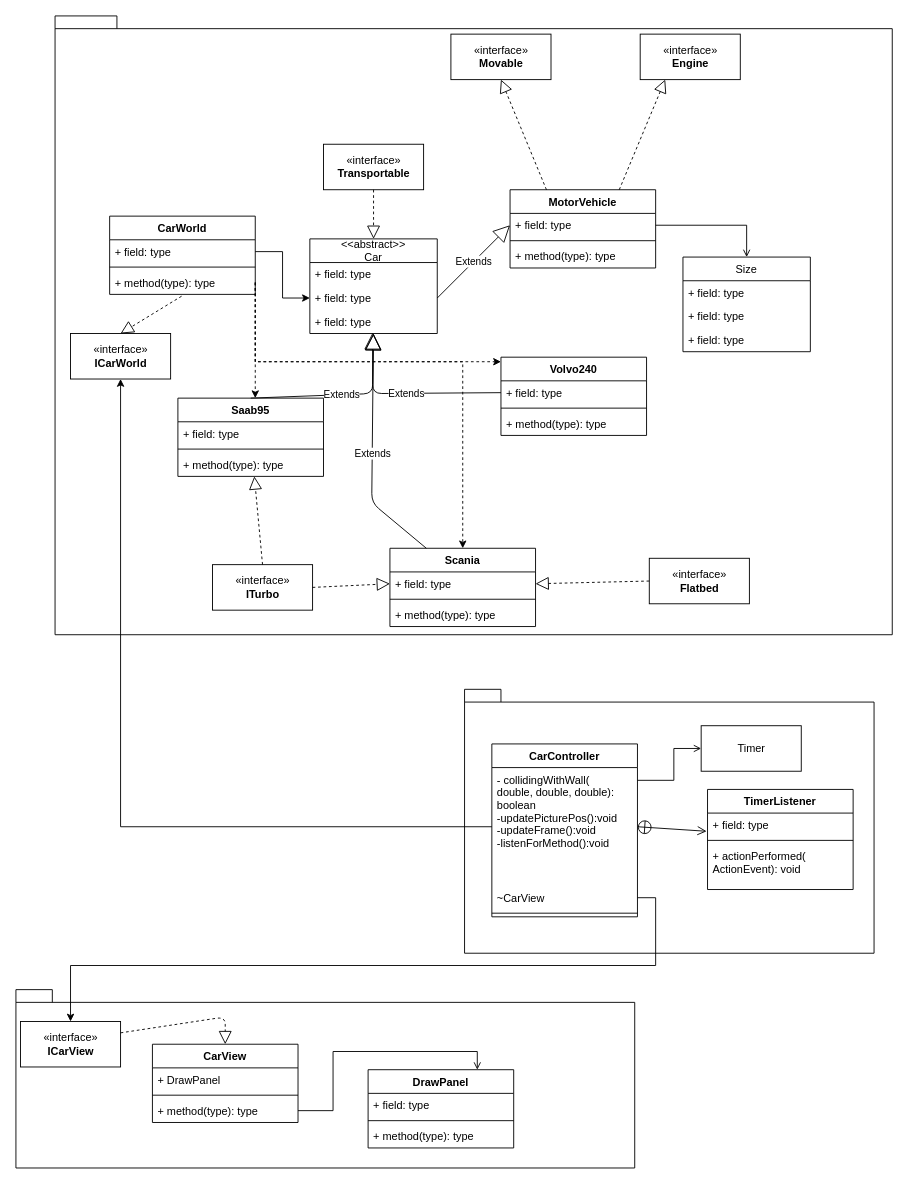
Before: Labb2Nicer.drawio in FHanberg/Labb-2-Del-B, a draw.io diagram. Source tidied: cells renumbered, new cells numbered last; positions are measured from the earlier drawing's top-left corner, leaving out a move shared by most shapes. Both pictures are drawn from the tidied source at 91%, with x=0, y=0 at pixel (15, 15).
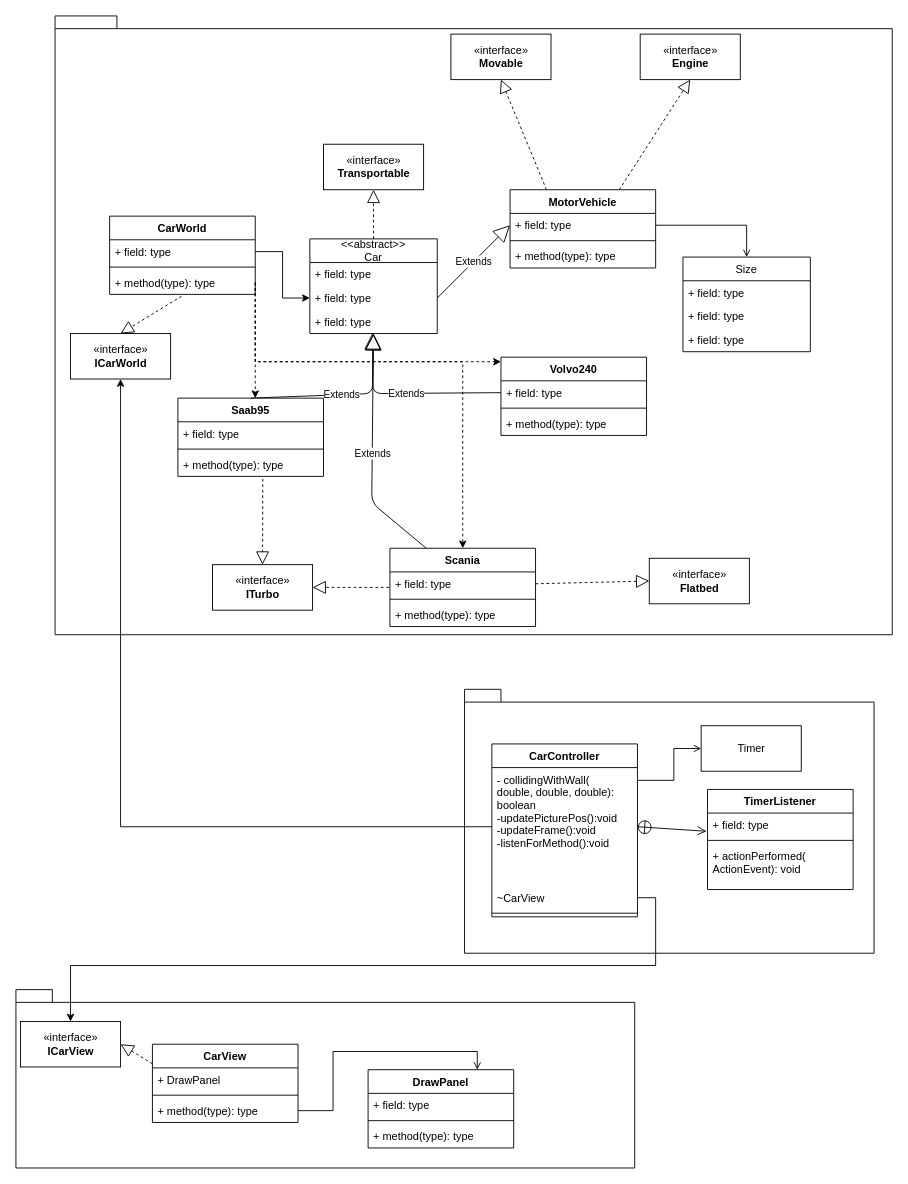
Above is the later version.

Commit message:
Corrected "Implements"-arrows

Unchanged cells that the change refers to:
```xml
<mxCell id="5" value="&lt;&lt;abstract&gt;&gt;&#10;Car" style="swimlane;fontStyle=0;horizontal=1;startSize=26;fillColor=none;" parent="1" vertex="1">
  <mxGeometry x="323" y="245" width="140" height="104" as="geometry" />
</mxCell>
<mxCell id="9" value="«interface»&lt;br&gt;&lt;b&gt;Transportable&lt;/b&gt;" style="html=1;" parent="1" vertex="1">
  <mxGeometry x="338" y="141" width="110" height="50" as="geometry" />
</mxCell>
<mxCell id="10" value="«interface»&lt;br&gt;&lt;b&gt;ITurbo&lt;/b&gt;" style="html=1;" parent="1" vertex="1">
  <mxGeometry x="216" y="603" width="110" height="50" as="geometry" />
</mxCell>
<mxCell id="11" value="«interface»&lt;br&gt;&lt;b&gt;Flatbed&lt;/b&gt;" style="html=1;" parent="1" vertex="1">
  <mxGeometry x="696" y="596" width="110" height="50" as="geometry" />
</mxCell>
<mxCell id="12" value="«interface»&lt;br&gt;&lt;b&gt;Engine&lt;/b&gt;" style="html=1;" parent="1" vertex="1">
  <mxGeometry x="686" y="20" width="110" height="50" as="geometry" />
</mxCell>
<mxCell id="15" value="MotorVehicle" style="swimlane;fontStyle=1;align=center;verticalAlign=top;horizontal=1;startSize=26;" parent="1" vertex="1">
  <mxGeometry x="543" y="191" width="160" height="86" as="geometry" />
</mxCell>
<mxCell id="21" value="Saab95" style="swimlane;fontStyle=1;align=center;verticalAlign=top;horizontal=1;startSize=26;" parent="1" vertex="1">
  <mxGeometry x="178" y="420" width="160" height="86" as="geometry" />
</mxCell>
<mxCell id="24" value="+ method(type): type" style="text;strokeColor=none;fillColor=none;align=left;verticalAlign=top;spacingLeft=4;spacingRight=4;overflow=hidden;points=[[0,0.5],[1,0.5]];portConstraint=eastwest;" parent="21" vertex="1">
  <mxGeometry y="60" width="160" height="26" as="geometry" />
</mxCell>
<mxCell id="32" value="+ field: type" style="text;strokeColor=none;fillColor=none;align=left;verticalAlign=top;spacingLeft=4;spacingRight=4;overflow=hidden;points=[[0,0.5],[1,0.5]];portConstraint=eastwest;" parent="31" vertex="1">
  <mxGeometry y="26" width="160" height="26" as="geometry" />
</mxCell>
<mxCell id="46" value="CarView" style="swimlane;fontStyle=1;align=center;verticalAlign=top;horizontal=1;startSize=26;" parent="1" vertex="1">
  <mxGeometry x="150" y="1130" width="160" height="86" as="geometry" />
</mxCell>
<mxCell id="64" value="«interface»&lt;br&gt;&lt;b&gt;ICarView&lt;/b&gt;" style="html=1;" parent="1" vertex="1">
  <mxGeometry x="5" y="1105" width="110" height="50" as="geometry" />
</mxCell>
```

Change to the diagram source:
```diff
@@
-    <mxCell id="14" style="endArrow=block;dashed=1;endFill=0;endSize=12;html=1;entryX=0.5;entryY=0;entryDx=0;entryDy=0;exitX=0.5;exitY=1;exitDx=0;exitDy=0;" parent="1" edge="1" source="9" target="5">
+    <mxCell id="14" style="endArrow=block;dashed=1;endFill=0;endSize=12;html=1;entryX=0.5;entryY=1;entryDx=0;entryDy=0;exitX=0.5;exitY=0;exitDx=0;exitDy=0;" parent="1" edge="1" source="5" target="9">
       <mxGeometry relative="1" as="geometry" />
     </mxCell>
@@
-    <mxCell id="19" style="endArrow=block;dashed=1;endFill=0;endSize=12;html=1;exitX=0.75;exitY=0;exitDx=0;exitDy=0;entryX=0.25;entryY=1;entryDx=0;entryDy=0;" parent="1" edge="1" source="15" target="12">
-      <mxGeometry relative="1" as="geometry" />
-    </mxCell>
@@
-    <mxCell id="37" style="endArrow=block;dashed=1;endFill=0;endSize=12;html=1;exitX=0.5;exitY=0;exitDx=0;exitDy=0;" parent="1" edge="1" source="10" target="21">
+    <mxCell id="37" style="endArrow=block;dashed=1;endFill=0;endSize=12;html=1;exitX=0.583;exitY=1.108;exitDx=0;exitDy=0;entryX=0.5;entryY=0;entryDx=0;entryDy=0;exitPerimeter=0;" parent="1" edge="1" source="24" target="10">
       <mxGeometry relative="1" as="geometry" />
     </mxCell>
-    <mxCell id="38" style="endArrow=block;dashed=1;endFill=0;endSize=12;html=1;exitX=1;exitY=0.5;exitDx=0;exitDy=0;" parent="1" edge="1" source="10">
+    <mxCell id="38" style="endArrow=block;dashed=1;endFill=0;endSize=12;html=1;entryX=1;entryY=0.5;entryDx=0;entryDy=0;" parent="1" edge="1" target="10">
       <mxGeometry relative="1" as="geometry">
-        <mxPoint x="411" y="624" as="targetPoint" />
+        <mxPoint x="410" y="628" as="sourcePoint" />
       </mxGeometry>
     </mxCell>
-    <mxCell id="39" style="endArrow=block;dashed=1;endFill=0;endSize=12;html=1;exitX=0;exitY=0.5;exitDx=0;exitDy=0;entryX=1;entryY=0.5;entryDx=0;entryDy=0;" parent="1" edge="1" source="11" target="32">
+    <mxCell id="39" style="endArrow=block;dashed=1;endFill=0;endSize=12;html=1;exitX=1;exitY=0.5;exitDx=0;exitDy=0;entryX=0;entryY=0.5;entryDx=0;entryDy=0;" parent="1" edge="1" source="32" target="11">
       <mxGeometry relative="1" as="geometry" />
     </mxCell>
@@
-    <mxCell id="65" style="endArrow=block;dashed=1;endFill=0;endSize=12;html=1;exitX=1;exitY=0.25;exitDx=0;exitDy=0;entryX=0.5;entryY=0;entryDx=0;entryDy=0;" parent="1" edge="1" source="64" target="46">
-      <mxGeometry relative="1" as="geometry">
-        <Array as="points">
-          <mxPoint x="230" y="1100" />
-        </Array>
-      </mxGeometry>
-    </mxCell>
@@
+    <mxCell id="79" style="endArrow=block;dashed=1;endFill=0;endSize=12;html=1;entryX=1;entryY=0.5;entryDx=0;entryDy=0;exitX=0;exitY=0.25;exitDx=0;exitDy=0;" parent="1" edge="1" source="46" target="64">
+      <mxGeometry relative="1" as="geometry" />
+    </mxCell>
+    <mxCell id="19" style="endArrow=block;dashed=1;endFill=0;endSize=12;html=1;entryX=0.5;entryY=1;entryDx=0;entryDy=0;exitX=0.75;exitY=0;exitDx=0;exitDy=0;" parent="1" edge="1" source="15" target="12">
+      <mxGeometry relative="1" as="geometry" />
+    </mxCell>
```
